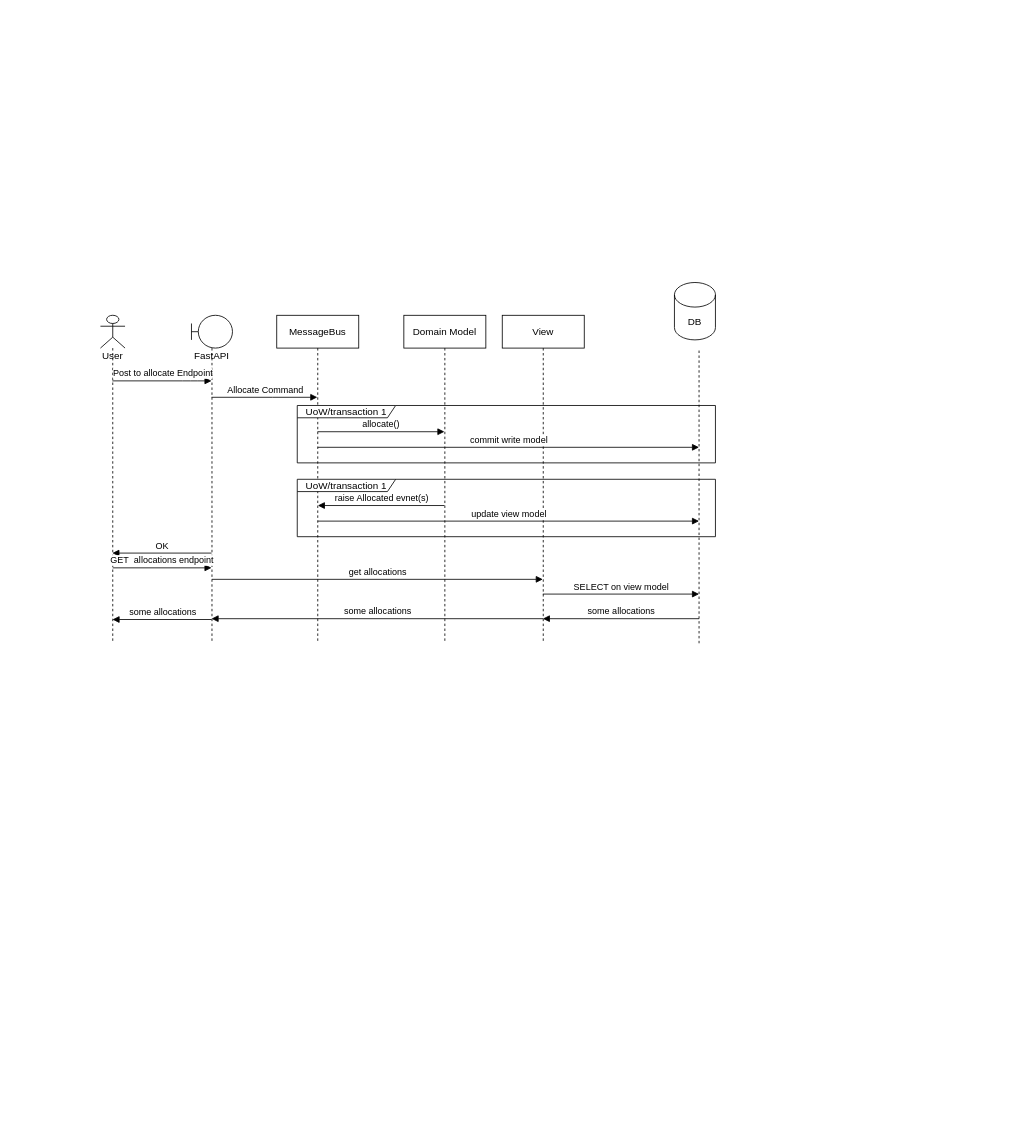
Earlier version of the draw.io diagram docs/diagrams/옷장_sequence_diagram.drawio (2021-msa-study/smartcloset). Source tidied: cells renumbered, new cells numbered last; positions are measured from the earlier drawing's top-left corner, leaving out a move shared by most shapes. Both pictures are drawn from the tidied source at 82%, with x=0, y=0 at pixel (100, 282).
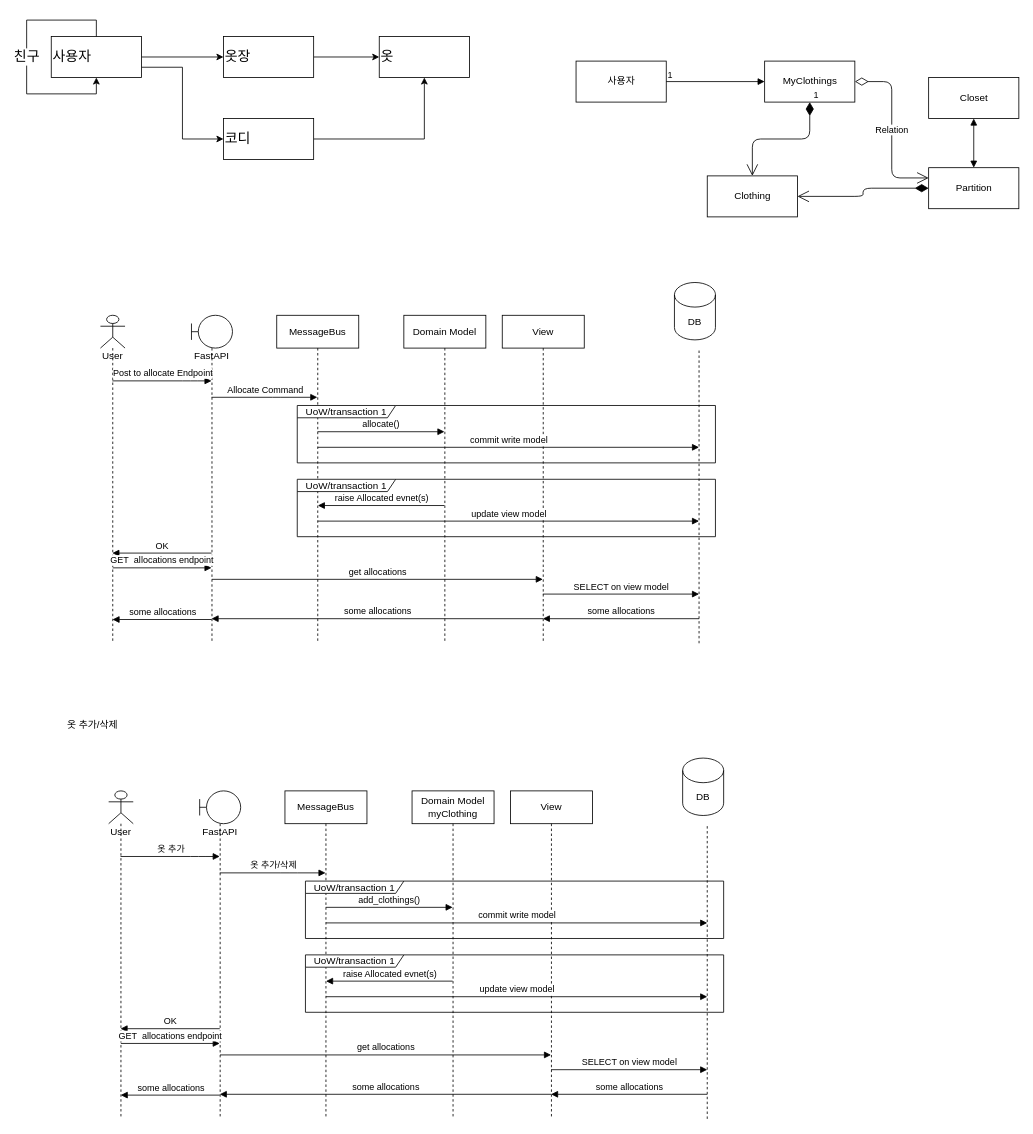
The same page after the edit.

Commit message (it also covers changes not shown here):
update class/sequence diagram

The edit, as a diff of the source:
```diff
@@
+    <mxCell id="24" value="User" style="shape=umlLifeline;participant=umlActor;perimeter=lifelinePerimeter;whiteSpace=wrap;html=1;verticalAlign=top;spacingTop=36;outlineConnect=0;" parent="1" vertex="1">
+      <mxGeometry x="10" y="620" width="30" height="400" as="geometry" />
+    </mxCell>
+    <mxCell id="25" value="FastAPI" style="shape=umlLifeline;participant=umlBoundary;perimeter=lifelinePerimeter;whiteSpace=wrap;html=1;verticalAlign=top;spacingTop=36;outlineConnect=0;" parent="1" vertex="1">
+      <mxGeometry x="121" y="620" width="50" height="400" as="geometry" />
+    </mxCell>
+    <mxCell id="26" value="MessageBus" style="shape=umlLifeline;perimeter=lifelinePerimeter;whiteSpace=wrap;html=1;outlineConnect=0;" parent="1" vertex="1">
+      <mxGeometry x="225" y="620" width="100" height="400" as="geometry" />
+    </mxCell>
+    <mxCell id="27" value="Domain Model&lt;br&gt;myClothing" style="shape=umlLifeline;perimeter=lifelinePerimeter;whiteSpace=wrap;html=1;" parent="1" vertex="1">
+      <mxGeometry x="380" y="620" width="100" height="400" as="geometry" />
+    </mxCell>
+    <mxCell id="28" value="View" style="shape=umlLifeline;perimeter=lifelinePerimeter;whiteSpace=wrap;html=1;outlineConnect=0;" parent="1" vertex="1">
+      <mxGeometry x="500" y="620" width="100" height="400" as="geometry" />
+    </mxCell>
+    <mxCell id="29" value="DB" style="shape=cylinder3;whiteSpace=wrap;html=1;boundedLbl=1;backgroundOutline=1;size=15;" parent="1" vertex="1">
+      <mxGeometry x="710" y="580" width="50" height="70" as="geometry" />
+    </mxCell>
+    <mxCell id="30" style="endArrow=none;dashed=1;html=1;" parent="1" edge="1">
+      <mxGeometry relative="1" as="geometry">
+        <mxPoint x="740" y="1020" as="sourcePoint" />
+        <mxPoint x="740" y="660" as="targetPoint" />
+      </mxGeometry>
+    </mxCell>
+    <mxCell id="31" value="옷 추가" style="html=1;verticalAlign=bottom;endArrow=block;" parent="1" edge="1" source="24" target="25">
+      <mxGeometry relative="1" as="geometry">
+        <Array as="points">
+          <mxPoint x="120" y="700" />
+        </Array>
+      </mxGeometry>
+    </mxCell>
+    <mxCell id="32" value="옷 추가/삭제" style="html=1;verticalAlign=bottom;endArrow=block;" parent="1" edge="1" source="25" target="26">
+      <mxGeometry relative="1" as="geometry">
+        <Array as="points">
+          <mxPoint x="230" y="720" />
+        </Array>
+      </mxGeometry>
+    </mxCell>
+    <mxCell id="33" value="UoW/transaction 1" style="shape=umlFrame;whiteSpace=wrap;html=1;width=120;height=15;" parent="1" vertex="1">
+      <mxGeometry x="250" y="730" width="510" height="70" as="geometry" />
+    </mxCell>
+    <mxCell id="34" value="add_clothings()" style="html=1;verticalAlign=bottom;endArrow=block;" parent="1" edge="1">
+      <mxGeometry relative="1" as="geometry">
+        <mxPoint x="274.8" y="762" as="sourcePoint" />
+        <mxPoint x="429.5" y="762" as="targetPoint" />
+      </mxGeometry>
+    </mxCell>
+    <mxCell id="35" value="commit write model" style="html=1;verticalAlign=bottom;endArrow=block;" parent="1" edge="1">
+      <mxGeometry relative="1" as="geometry">
+        <mxPoint x="275" y="781" as="sourcePoint" />
+        <mxPoint x="740" y="781" as="targetPoint" />
+      </mxGeometry>
+    </mxCell>
+    <mxCell id="36" value="UoW/transaction 1" style="shape=umlFrame;whiteSpace=wrap;html=1;width=120;height=15;" parent="1" vertex="1">
+      <mxGeometry x="250" y="820" width="510" height="70" as="geometry" />
+    </mxCell>
+    <mxCell id="37" value="raise Allocated evnet(s)" style="html=1;verticalAlign=bottom;endArrow=block;" parent="1" edge="1">
+      <mxGeometry relative="1" as="geometry">
+        <mxPoint x="429.5" y="852" as="sourcePoint" />
+        <mxPoint x="275.1" y="852" as="targetPoint" />
+      </mxGeometry>
+    </mxCell>
+    <mxCell id="38" value="update view model" style="html=1;verticalAlign=bottom;endArrow=block;" parent="1" edge="1">
+      <mxGeometry relative="1" as="geometry">
+        <mxPoint x="275" y="871" as="sourcePoint" />
+        <mxPoint x="740" y="871" as="targetPoint" />
+      </mxGeometry>
+    </mxCell>
+    <mxCell id="39" value="OK" style="html=1;verticalAlign=bottom;endArrow=block;" parent="1" edge="1">
+      <mxGeometry relative="1" as="geometry">
+        <mxPoint x="145.5" y="910" as="sourcePoint" />
+        <mxPoint x="24.5" y="910" as="targetPoint" />
+      </mxGeometry>
+    </mxCell>
+    <mxCell id="40" value="GET&amp;nbsp; allocations endpoint" style="html=1;verticalAlign=bottom;endArrow=block;" parent="1" edge="1">
+      <mxGeometry relative="1" as="geometry">
+        <mxPoint x="24.9" y="928" as="sourcePoint" />
+        <mxPoint x="145.5" y="928" as="targetPoint" />
+      </mxGeometry>
+    </mxCell>
+    <mxCell id="41" value="get allocations" style="html=1;verticalAlign=bottom;endArrow=block;" parent="1" edge="1" target="28">
+      <mxGeometry relative="1" as="geometry">
+        <mxPoint x="145.8" y="942" as="sourcePoint" />
+      </mxGeometry>
+    </mxCell>
+    <mxCell id="42" value="SELECT on view model" style="html=1;verticalAlign=bottom;endArrow=block;" parent="1" edge="1" source="28">
+      <mxGeometry relative="1" as="geometry">
+        <mxPoint x="740" y="960" as="targetPoint" />
+      </mxGeometry>
+    </mxCell>
+    <mxCell id="43" value="some allocations" style="html=1;verticalAlign=bottom;endArrow=block;" parent="1" edge="1" target="28">
+      <mxGeometry relative="1" as="geometry">
+        <mxPoint x="740" y="990" as="sourcePoint" />
+      </mxGeometry>
+    </mxCell>
+    <mxCell id="44" value="some allocations" style="html=1;verticalAlign=bottom;endArrow=block;exitX=0.5;exitY=0.925;exitDx=0;exitDy=0;exitPerimeter=0;" parent="1" edge="1" source="28" target="25">
+      <mxGeometry relative="1" as="geometry" />
+    </mxCell>
+    <mxCell id="45" value="some allocations" style="html=1;verticalAlign=bottom;endArrow=block;" parent="1" edge="1">
+      <mxGeometry relative="1" as="geometry">
+        <mxPoint x="145.5" y="991" as="sourcePoint" />
+        <mxPoint x="24.7" y="991" as="targetPoint" />
+      </mxGeometry>
+    </mxCell>
+    <mxCell id="46" value="옷 추가/삭제" style="text;html=1;align=center;verticalAlign=middle;strokeColor=none;" parent="1" vertex="1">
+      <mxGeometry x="-50" y="530" width="80" height="20" as="geometry" />
+    </mxCell>
+    <mxCell id="47" style="edgeStyle=orthogonalEdgeStyle;rounded=0;jettySize=auto;html=1;fontSize=17;" parent="1" edge="1" source="49" target="51">
+      <mxGeometry relative="1" as="geometry" />
+    </mxCell>
+    <mxCell id="48" style="edgeStyle=orthogonalEdgeStyle;rounded=0;jettySize=auto;html=1;exitX=1;exitY=0.75;exitDx=0;exitDy=0;entryX=0;entryY=0.5;entryDx=0;entryDy=0;fontSize=17;" parent="1" edge="1" source="49" target="55">
+      <mxGeometry relative="1" as="geometry" />
+    </mxCell>
+    <mxCell id="49" value="사용자" style="html=1;fontSize=17;align=left;" parent="1" vertex="1">
+      <mxGeometry x="-60" y="-300" width="110" height="50" as="geometry" />
+    </mxCell>
+    <mxCell id="50" style="edgeStyle=orthogonalEdgeStyle;rounded=0;jettySize=auto;html=1;entryX=0;entryY=0.5;entryDx=0;entryDy=0;fontSize=17;" parent="1" edge="1" source="51" target="52">
+      <mxGeometry relative="1" as="geometry" />
+    </mxCell>
+    <mxCell id="51" value="옷장" style="html=1;fontSize=17;align=left;" parent="1" vertex="1">
+      <mxGeometry x="150" y="-300" width="110" height="50" as="geometry" />
+    </mxCell>
+    <mxCell id="52" value="옷" style="html=1;fontSize=17;align=left;" parent="1" vertex="1">
+      <mxGeometry x="340" y="-300" width="110" height="50" as="geometry" />
+    </mxCell>
+    <mxCell id="53" value="친구" style="edgeStyle=orthogonalEdgeStyle;rounded=0;orthogonalLoop=1;jettySize=auto;html=1;entryX=0.5;entryY=1;entryDx=0;entryDy=0;fontSize=17;" parent="1" edge="1" source="49" target="49">
+      <mxGeometry relative="1" as="geometry">
+        <Array as="points">
+          <mxPoint x="-5" y="-320" />
+          <mxPoint x="-90" y="-320" />
+          <mxPoint x="-90" y="-230" />
+          <mxPoint x="-5" y="-230" />
+        </Array>
+      </mxGeometry>
+    </mxCell>
+    <mxCell id="54" style="edgeStyle=orthogonalEdgeStyle;rounded=0;jettySize=auto;html=1;entryX=0.5;entryY=1;entryDx=0;entryDy=0;fontSize=17;" parent="1" edge="1" source="55" target="52">
+      <mxGeometry relative="1" as="geometry" />
+    </mxCell>
+    <mxCell id="55" value="코디" style="html=1;fontSize=17;align=left;" parent="1" vertex="1">
+      <mxGeometry x="150" y="-200" width="110" height="50" as="geometry" />
+    </mxCell>
+    <mxCell id="56" value="사용자" style="html=1;" parent="1" vertex="1">
+      <mxGeometry x="580" y="-270" width="110" height="50" as="geometry" />
+    </mxCell>
+    <mxCell id="57" value="MyClothings" style="html=1;" parent="1" vertex="1">
+      <mxGeometry x="810" y="-270" width="110" height="50" as="geometry" />
+    </mxCell>
+    <mxCell id="58" style="endArrow=block;endFill=1;html=1;edgeStyle=orthogonalEdgeStyle;align=left;verticalAlign=top;exitX=1;exitY=0.5;exitDx=0;exitDy=0;" parent="1" edge="1" source="56" target="57">
+      <mxGeometry x="-1" relative="1" as="geometry" />
+    </mxCell>
+    <mxCell id="59" value="1" style="edgeLabel;html=1;align=left;verticalAlign=bottom;" parent="58" vertex="1">
+      <mxGeometry x="-1" relative="1" as="geometry" />
+    </mxCell>
+    <mxCell id="60" value="1" style="endArrow=open;html=1;endSize=12;startArrow=diamondThin;startSize=14;startFill=1;edgeStyle=orthogonalEdgeStyle;align=left;verticalAlign=bottom;exitX=0.5;exitY=1;exitDx=0;exitDy=0;" parent="1" edge="1" source="57" target="61">
+      <mxGeometry x="-1" y="3" relative="1" as="geometry" />
+    </mxCell>
+    <mxCell id="61" value="Clothing" style="html=1;" parent="1" vertex="1">
+      <mxGeometry x="740" y="-130" width="110" height="50" as="geometry" />
+    </mxCell>
+    <mxCell id="62" value="Partition" style="html=1;" parent="1" vertex="1">
+      <mxGeometry x="1010" y="-140" width="110" height="50" as="geometry" />
+    </mxCell>
+    <mxCell id="63" value="Closet" style="html=1;" parent="1" vertex="1">
+      <mxGeometry x="1010" y="-250" width="110" height="50" as="geometry" />
+    </mxCell>
+    <mxCell id="64" style="endArrow=open;html=1;endSize=12;startArrow=diamondThin;startSize=14;startFill=1;edgeStyle=orthogonalEdgeStyle;align=left;verticalAlign=bottom;entryX=1;entryY=0.5;entryDx=0;entryDy=0;" parent="1" edge="1" source="62" target="61">
+      <mxGeometry x="-1" y="3" relative="1" as="geometry" />
+    </mxCell>
+    <mxCell id="65" style="endArrow=block;startArrow=block;endFill=1;startFill=1;html=1;entryX=0.5;entryY=0;entryDx=0;entryDy=0;" parent="1" edge="1" source="63" target="62">
+      <mxGeometry relative="1" as="geometry" />
+    </mxCell>
+    <mxCell id="66" value="Relation" style="endArrow=open;html=1;endSize=12;startArrow=diamondThin;startSize=14;startFill=0;edgeStyle=orthogonalEdgeStyle;exitX=1;exitY=0.5;exitDx=0;exitDy=0;entryX=0;entryY=0.25;entryDx=0;entryDy=0;" parent="1" edge="1" source="57" target="62">
+      <mxGeometry relative="1" as="geometry" />
+    </mxCell>
```
